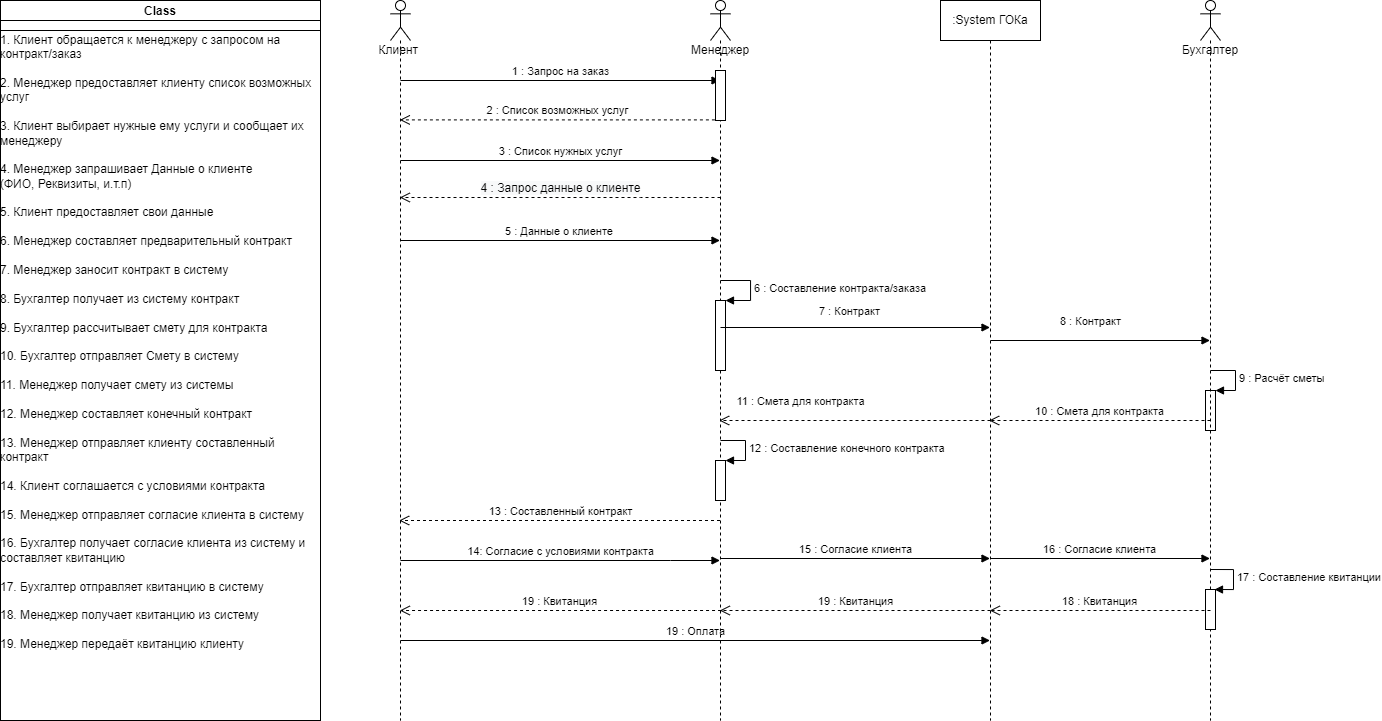
The draw.io diagram InteractionDiagram.drawio.png in Awftf/UML, before a commit. Source tidied: cells renumbered, new cells last; positions are measured from the earlier drawing's top-left corner, leaving out a move shared by most shapes.
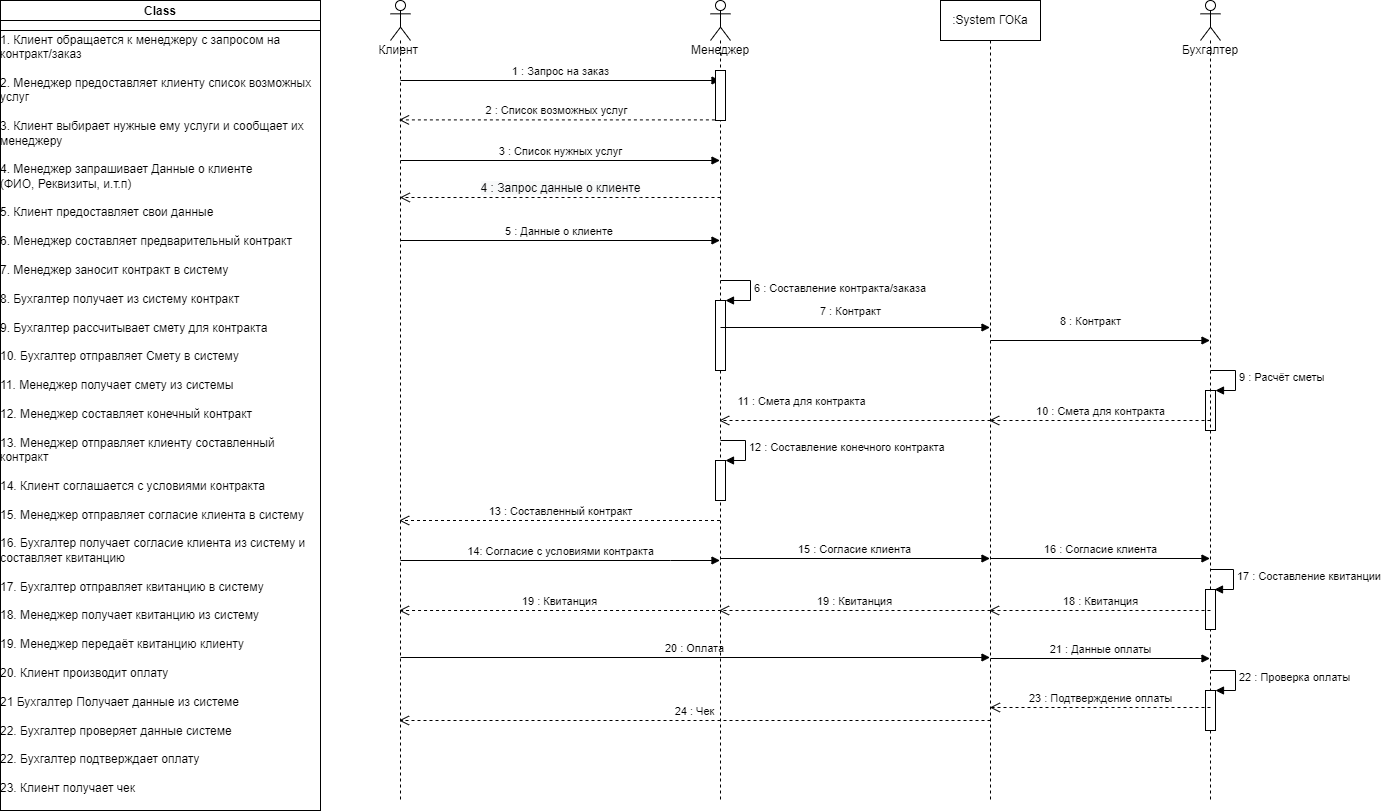
After the commit.

Change to the diagram source:
```diff
@@ -3,7 +3,7 @@
     <mxCell id="0" />
     <mxCell id="1" parent="0" />
     <mxCell id="2" value="Клиент&amp;nbsp;" style="shape=umlLifeline;participant=umlActor;perimeter=lifelinePerimeter;whiteSpace=wrap;html=1;verticalAlign=top;spacingTop=36;outlineConnect=0;" parent="1" vertex="1">
-      <mxGeometry x="390" width="20" height="720" as="geometry" />
+      <mxGeometry x="390" width="20" height="800" as="geometry" />
     </mxCell>
     <mxCell id="3" value="3 : Список нужных услуг" style="html=1;verticalAlign=bottom;endArrow=block;rounded=0;" parent="2" edge="1" target="7">
       <mxGeometry relative="1" as="geometry">
@@ -20,13 +20,14 @@
         <mxPoint x="10" y="240" as="sourcePoint" />
       </mxGeometry>
     </mxCell>
-    <mxCell id="6" value="19 : Оплата" style="html=1;verticalAlign=bottom;endArrow=block;rounded=0;" parent="2" edge="1" target="23">
+    <mxCell id="6" value="20 : Оплата" style="html=1;verticalAlign=bottom;endArrow=block;rounded=0;" parent="2" edge="1">
       <mxGeometry relative="1" as="geometry">
-        <mxPoint x="10" y="640" as="sourcePoint" />
+        <mxPoint x="10" y="657" as="sourcePoint" />
+        <mxPoint x="599.5" y="657" as="targetPoint" />
       </mxGeometry>
     </mxCell>
     <mxCell id="7" value="Менеджер&lt;br&gt;" style="shape=umlLifeline;participant=umlActor;perimeter=lifelinePerimeter;whiteSpace=wrap;html=1;verticalAlign=top;spacingTop=36;outlineConnect=0;" parent="1" vertex="1">
-      <mxGeometry x="710" width="20" height="720" as="geometry" />
+      <mxGeometry x="710" width="20" height="800" as="geometry" />
     </mxCell>
     <mxCell id="8" style="html=1;points=[];perimeter=orthogonalPerimeter;" parent="7" vertex="1">
       <mxGeometry x="5" y="70" width="10" height="50" as="geometry" />
@@ -95,8 +96,8 @@
         <mxPoint x="279.5" y="558" as="targetPoint" />
       </mxGeometry>
     </mxCell>
-    <mxCell id="20" value="&lt;p style=&quot;margin: 0px ; margin-top: 4px ; text-align: center&quot;&gt;&lt;b&gt;Class&lt;/b&gt;&lt;/p&gt;&lt;br&gt;1. Клиент обращается к менеджеру с запросом на &lt;br&gt;контракт/заказ&lt;br&gt;&lt;br&gt;2. Менеджер предоставляет клиенту список возможных&lt;br&gt;услуг&lt;br&gt;&lt;br&gt;3. Клиент выбирает нужные ему услуги и сообщает их&lt;br&gt;менеджеру&lt;br&gt;&lt;br&gt;4. Менеджер запрашивает Данные о клиенте&lt;br&gt;(ФИО, Реквизиты, и.т.п)&lt;br&gt;&lt;br&gt;5. Клиент предоставляет свои данные&lt;br&gt;&lt;br&gt;6. Менеджер составляет предварительный контракт&lt;br&gt;&lt;br&gt;7. Менеджер заносит контракт в систему&lt;br&gt;&lt;br&gt;8. Бухгалтер получает из систему контракт&lt;br&gt;&lt;br&gt;9. Бухгалтер рассчитывает смету для контракта&amp;nbsp;&lt;br&gt;&lt;br&gt;10. Бухгалтер отправляет Смету в систему&lt;br&gt;&lt;br&gt;11. Менеджер получает смету из системы&amp;nbsp;&lt;br&gt;&lt;br&gt;12. Менеджер составляет конечный контракт&amp;nbsp;&lt;br&gt;&lt;br&gt;13. Менеджер отправляет клиенту составленный&lt;br&gt;контракт&lt;br&gt;&lt;br&gt;14. Клиент соглашается с условиями контракта&amp;nbsp;&lt;br&gt;&lt;br&gt;15. Менеджер отправляет согласие клиента в систему&lt;br&gt;&lt;br&gt;16. Бухгалтер получает согласие клиента из систему и&amp;nbsp;&lt;br&gt;составляет квитанцию&amp;nbsp;&lt;br&gt;&lt;br&gt;17. Бухгалтер отправляет квитанцию в систему&lt;br&gt;&lt;br&gt;18. Менеджер получает квитанцию из систему&lt;br&gt;&lt;br&gt;19. Менеджер передаёт квитанцию клиенту" style="verticalAlign=top;align=left;overflow=fill;fontSize=12;fontFamily=Helvetica;html=1;" parent="1" vertex="1">
-      <mxGeometry width="320" height="720" as="geometry" />
+    <mxCell id="20" value="&lt;p style=&quot;margin: 0px ; margin-top: 4px ; text-align: center&quot;&gt;&lt;b&gt;Class&lt;/b&gt;&lt;/p&gt;&lt;br&gt;1. Клиент обращается к менеджеру с запросом на &lt;br&gt;контракт/заказ&lt;br&gt;&lt;br&gt;2. Менеджер предоставляет клиенту список возможных&lt;br&gt;услуг&lt;br&gt;&lt;br&gt;3. Клиент выбирает нужные ему услуги и сообщает их&lt;br&gt;менеджеру&lt;br&gt;&lt;br&gt;4. Менеджер запрашивает Данные о клиенте&lt;br&gt;(ФИО, Реквизиты, и.т.п)&lt;br&gt;&lt;br&gt;5. Клиент предоставляет свои данные&lt;br&gt;&lt;br&gt;6. Менеджер составляет предварительный контракт&lt;br&gt;&lt;br&gt;7. Менеджер заносит контракт в систему&lt;br&gt;&lt;br&gt;8. Бухгалтер получает из систему контракт&lt;br&gt;&lt;br&gt;9. Бухгалтер рассчитывает смету для контракта&amp;nbsp;&lt;br&gt;&lt;br&gt;10. Бухгалтер отправляет Смету в систему&lt;br&gt;&lt;br&gt;11. Менеджер получает смету из системы&amp;nbsp;&lt;br&gt;&lt;br&gt;12. Менеджер составляет конечный контракт&amp;nbsp;&lt;br&gt;&lt;br&gt;13. Менеджер отправляет клиенту составленный&lt;br&gt;контракт&lt;br&gt;&lt;br&gt;14. Клиент соглашается с условиями контракта&amp;nbsp;&lt;br&gt;&lt;br&gt;15. Менеджер отправляет согласие клиента в систему&lt;br&gt;&lt;br&gt;16. Бухгалтер получает согласие клиента из систему и&amp;nbsp;&lt;br&gt;составляет квитанцию&amp;nbsp;&lt;br&gt;&lt;br&gt;17. Бухгалтер отправляет квитанцию в систему&lt;br&gt;&lt;br&gt;18. Менеджер получает квитанцию из систему&lt;br&gt;&lt;br&gt;19. Менеджер передаёт квитанцию клиенту&lt;br&gt;&lt;br&gt;20. Клиент производит оплату&amp;nbsp;&lt;br&gt;&lt;br&gt;21 Бухгалтер Получает данные из системе&lt;br&gt;&lt;br&gt;22. Бухгалтер проверяет данные системе&amp;nbsp;&lt;br&gt;&lt;br&gt;22. Бухгалтер подтверждает оплату&lt;br&gt;&lt;br&gt;23. Клиент получает чек" style="verticalAlign=top;align=left;overflow=fill;fontSize=12;fontFamily=Helvetica;html=1;" parent="1" vertex="1">
+      <mxGeometry width="320" height="810" as="geometry" />
     </mxCell>
     <mxCell id="21" style="rounded=0;whiteSpace=wrap;html=1;" parent="1" vertex="1">
       <mxGeometry y="20" width="320" height="10" as="geometry" />
@@ -105,15 +106,21 @@
       <mxGeometry relative="1" as="geometry" />
     </mxCell>
     <mxCell id="23" value=":System ГОКа" style="shape=umlLifeline;perimeter=lifelinePerimeter;whiteSpace=wrap;html=1;outlineConnect=0;" parent="1" vertex="1">
-      <mxGeometry x="940" width="100" height="720" as="geometry" />
+      <mxGeometry x="940" width="100" height="800" as="geometry" />
     </mxCell>
     <mxCell id="24" value="16 : Согласие клиента" style="html=1;verticalAlign=bottom;endArrow=block;rounded=0;" parent="23" edge="1" target="25">
       <mxGeometry relative="1" as="geometry">
         <mxPoint x="50" y="558" as="sourcePoint" />
       </mxGeometry>
     </mxCell>
+    <mxCell id="34" value="21 : Данные оплаты" style="html=1;verticalAlign=bottom;endArrow=block;rounded=0;" parent="23" edge="1">
+      <mxGeometry relative="1" as="geometry">
+        <mxPoint x="50" y="658" as="sourcePoint" />
+        <mxPoint x="269.5" y="658" as="targetPoint" />
+      </mxGeometry>
+    </mxCell>
     <mxCell id="25" value="Бухгалтер&lt;br&gt;" style="shape=umlLifeline;participant=umlActor;perimeter=lifelinePerimeter;whiteSpace=wrap;html=1;verticalAlign=top;spacingTop=36;outlineConnect=0;" parent="1" vertex="1">
-      <mxGeometry x="1200" width="20" height="720" as="geometry" />
+      <mxGeometry x="1200" width="20" height="800" as="geometry" />
     </mxCell>
     <mxCell id="26" style="html=1;perimeter=orthogonalPerimeter;" parent="25" vertex="1">
       <mxGeometry x="5" y="589" width="10" height="40" as="geometry" />
@@ -128,6 +135,17 @@
         </Array>
       </mxGeometry>
     </mxCell>
+    <mxCell id="35" style="html=1;points=[];perimeter=orthogonalPerimeter;" parent="25" vertex="1">
+      <mxGeometry x="5" y="690" width="10" height="40" as="geometry" />
+    </mxCell>
+    <mxCell id="36" value="22 : Проверка оплаты" style="edgeStyle=orthogonalEdgeStyle;html=1;align=left;spacingLeft=2;endArrow=block;rounded=0;entryX=1;entryY=0;" parent="25" edge="1" target="35">
+      <mxGeometry relative="1" as="geometry">
+        <mxPoint x="10" y="670" as="sourcePoint" />
+        <Array as="points">
+          <mxPoint x="35" y="670" />
+        </Array>
+      </mxGeometry>
+    </mxCell>
     <mxCell id="28" value="&lt;span style=&quot;font-size: 12px ; text-align: left ; background-color: rgb(248 , 249 , 250)&quot;&gt;4 : Запрос данные о клиенте&lt;/span&gt;" style="html=1;verticalAlign=bottom;endArrow=open;dashed=1;endSize=8;rounded=0;" parent="1" edge="1">
       <mxGeometry relative="1" as="geometry">
         <mxPoint x="720" y="197" as="sourcePoint" />
@@ -170,5 +188,16 @@
         <mxPoint x="720.5" y="610" as="sourcePoint" />
       </mxGeometry>
     </mxCell>
+    <mxCell id="37" value="23 : Подтверждение оплаты" style="html=1;verticalAlign=bottom;endArrow=open;dashed=1;endSize=8;rounded=0;" parent="1" edge="1">
+      <mxGeometry relative="1" as="geometry">
+        <mxPoint x="1210" y="707" as="sourcePoint" />
+        <mxPoint x="989.4" y="707" as="targetPoint" />
+      </mxGeometry>
+    </mxCell>
+    <mxCell id="38" value="24 : Чек" style="html=1;verticalAlign=bottom;endArrow=open;dashed=1;endSize=8;rounded=0;" parent="1" edge="1" target="2">
+      <mxGeometry relative="1" as="geometry">
+        <mxPoint x="990" y="720" as="sourcePoint" />
+      </mxGeometry>
+    </mxCell>
   </root>
 </mxGraphModel>
```
